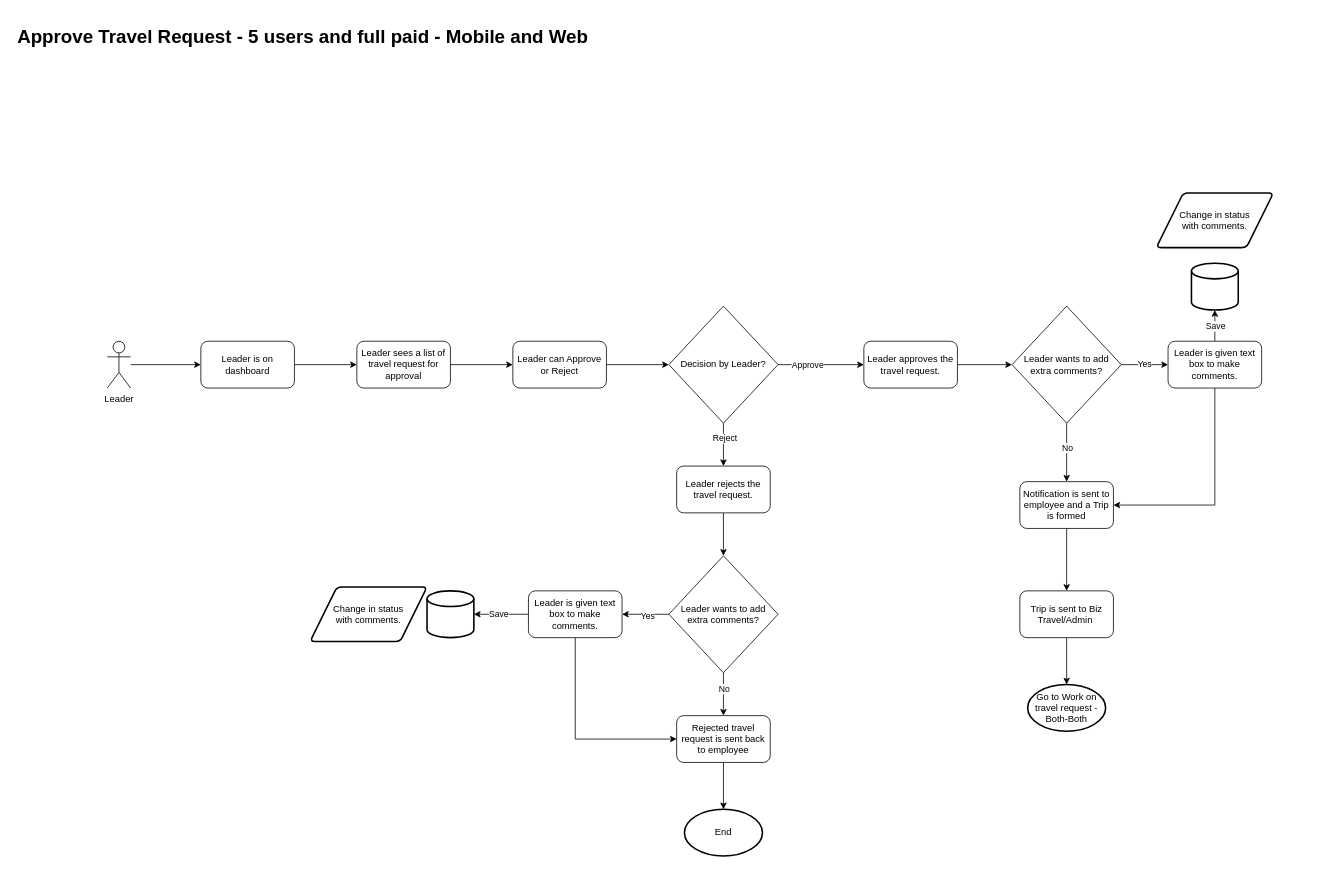
Above: page "Approve Travel Request - Both - Both" (5 of 7) of expensebooking.drawio in snair0410/resturantdesign (draw.io), before the change. Source tidied: cells renumbered, new cells numbered last; positions are measured from the earlier drawing's top-left corner, leaving out a move shared by most shapes. Both pictures are drawn from the tidied source at 78%, with x=0, y=0 at pixel (13, 21).
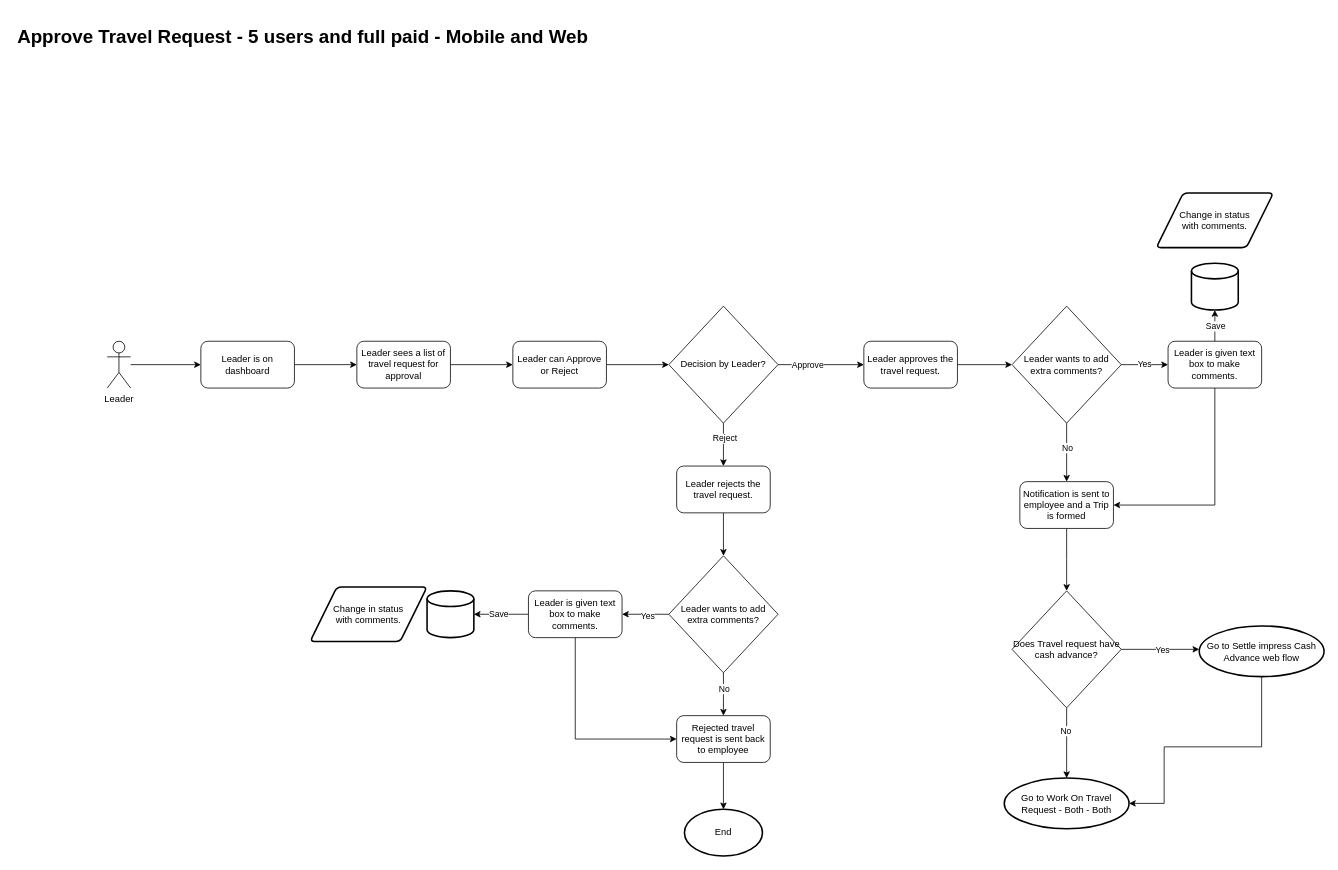
The same page after the edit.

The change refers to these unchanged cells:
```xml
<mxCell id="30" value="Notification is sent to employee and a Trip is formed" style="rounded=1;whiteSpace=wrap;html=1;" parent="1" vertex="1">
  <mxGeometry x="1290" y="590" width="120" height="60" as="geometry" />
</mxCell>
```

Diff of the diagram source:
```diff
@@
-    <mxCell id="29" style="edgeStyle=orthogonalEdgeStyle;rounded=0;jettySize=auto;html=1;" parent="1" edge="1" source="30" target="32">
-      <mxGeometry relative="1" as="geometry" />
+    <mxCell id="29" style="edgeStyle=orthogonalEdgeStyle;rounded=0;jettySize=auto;html=1;" parent="1" edge="1" source="30">
+      <mxGeometry relative="1" as="geometry">
+        <mxPoint x="1350" y="730" as="targetPoint" />
+      </mxGeometry>
     </mxCell>
@@
-    <mxCell id="31" style="edgeStyle=orthogonalEdgeStyle;rounded=0;jettySize=auto;html=1;" parent="1" edge="1" source="32" target="33">
-      <mxGeometry relative="1" as="geometry" />
-    </mxCell>
-    <mxCell id="32" value="Trip is sent to Biz Travel/Admin&amp;nbsp;" style="rounded=1;whiteSpace=wrap;html=1;" parent="1" vertex="1">
-      <mxGeometry x="1290" y="730" width="120" height="60" as="geometry" />
-    </mxCell>
+    <mxCell id="50" style="edgeStyle=orthogonalEdgeStyle;rounded=0;jettySize=auto;html=1;entryX=1;entryY=0.5;entryDx=0;entryDy=0;entryPerimeter=0;" parent="1" edge="1" source="33" target="56">
+      <mxGeometry relative="1" as="geometry">
+        <Array as="points">
+          <mxPoint x="1600" y="930" />
+          <mxPoint x="1475" y="930" />
+          <mxPoint x="1475" y="1003" />
+        </Array>
+      </mxGeometry>
+    </mxCell>
-    <mxCell id="33" value="Go to Work on travel request - Both-Both" style="strokeWidth=2;html=1;shape=mxgraph.flowchart.start_1;whiteSpace=wrap;" parent="1" vertex="1">
-      <mxGeometry x="1300" y="850" width="100" height="60" as="geometry" />
+    <mxCell id="33" value="Go to&amp;nbsp;Settle impress Cash Advance web flow" style="strokeWidth=2;html=1;shape=mxgraph.flowchart.start_1;whiteSpace=wrap;" parent="1" vertex="1">
+      <mxGeometry x="1520" y="775" width="160" height="65" as="geometry" />
     </mxCell>
@@
+    <mxCell id="51" style="edgeStyle=orthogonalEdgeStyle;rounded=0;jettySize=auto;html=1;" parent="1" edge="1" source="55">
+      <mxGeometry relative="1" as="geometry">
+        <mxPoint x="1520" y="805" as="targetPoint" />
+      </mxGeometry>
+    </mxCell>
+    <mxCell id="52" value="Yes" style="edgeLabel;html=1;align=center;verticalAlign=middle;" parent="51" vertex="1">
+      <mxGeometry y="2" relative="1" as="geometry" />
+    </mxCell>
+    <mxCell id="53" style="edgeStyle=orthogonalEdgeStyle;rounded=0;jettySize=auto;html=1;" parent="1" edge="1" source="55" target="56">
+      <mxGeometry relative="1" as="geometry" />
+    </mxCell>
+    <mxCell id="54" value="No" style="edgeLabel;html=1;align=center;verticalAlign=middle;" parent="53" vertex="1">
+      <mxGeometry x="-0.36" y="-2" relative="1" as="geometry" />
+    </mxCell>
+    <mxCell id="55" value="Does Travel request have cash advance?" style="rhombus;whiteSpace=wrap;html=1;" parent="1" vertex="1">
+      <mxGeometry x="1280" y="730" width="140" height="150" as="geometry" />
+    </mxCell>
+    <mxCell id="56" value="Go to&amp;nbsp;Work On Travel Request - Both - Both" style="strokeWidth=2;html=1;shape=mxgraph.flowchart.start_1;whiteSpace=wrap;" parent="1" vertex="1">
+      <mxGeometry x="1270" y="970" width="160" height="65" as="geometry" />
+    </mxCell>
```
